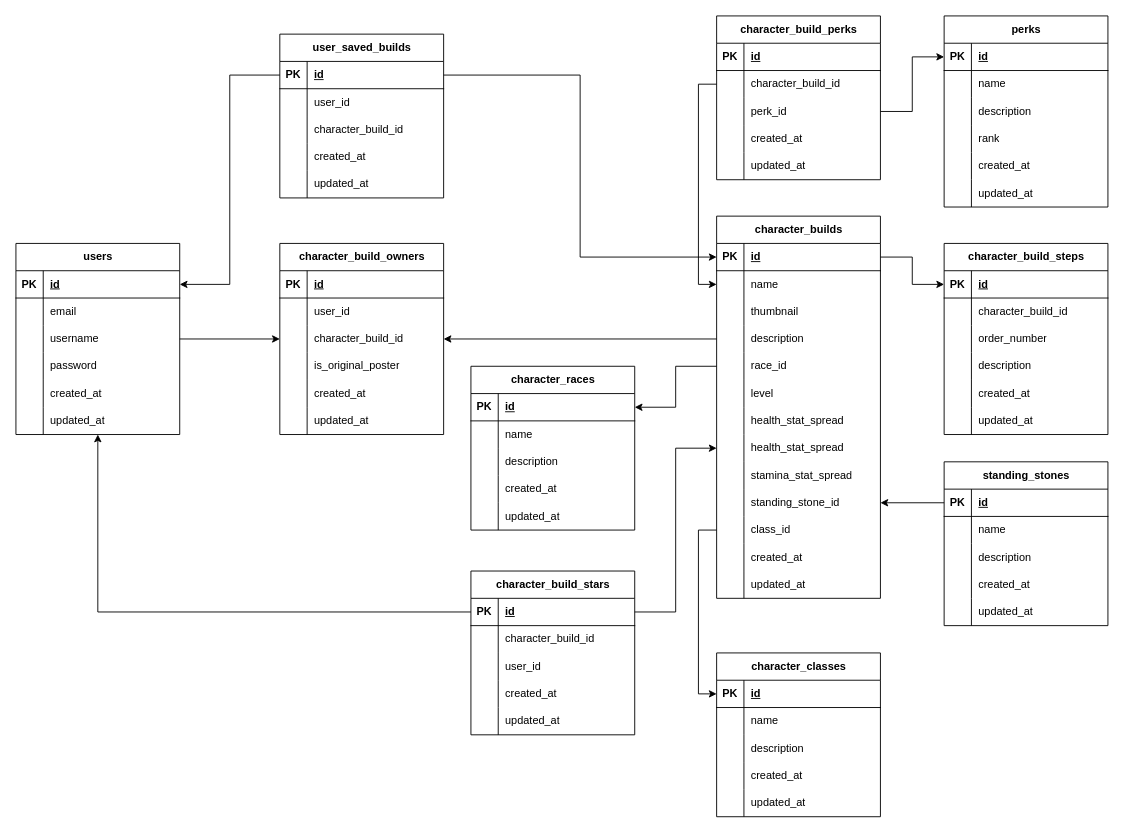
Earlier version of the draw.io diagram diagrams/entity-relationship/erd.drawio (VallenDraa/my-skyrim-builds). Source tidied: cells renumbered, new cells numbered last; positions are measured from the earlier drawing's top-left corner, leaving out a move shared by most shapes. Both pictures are drawn from the tidied source at 91%, with x=0, y=0 at pixel (15, 15).
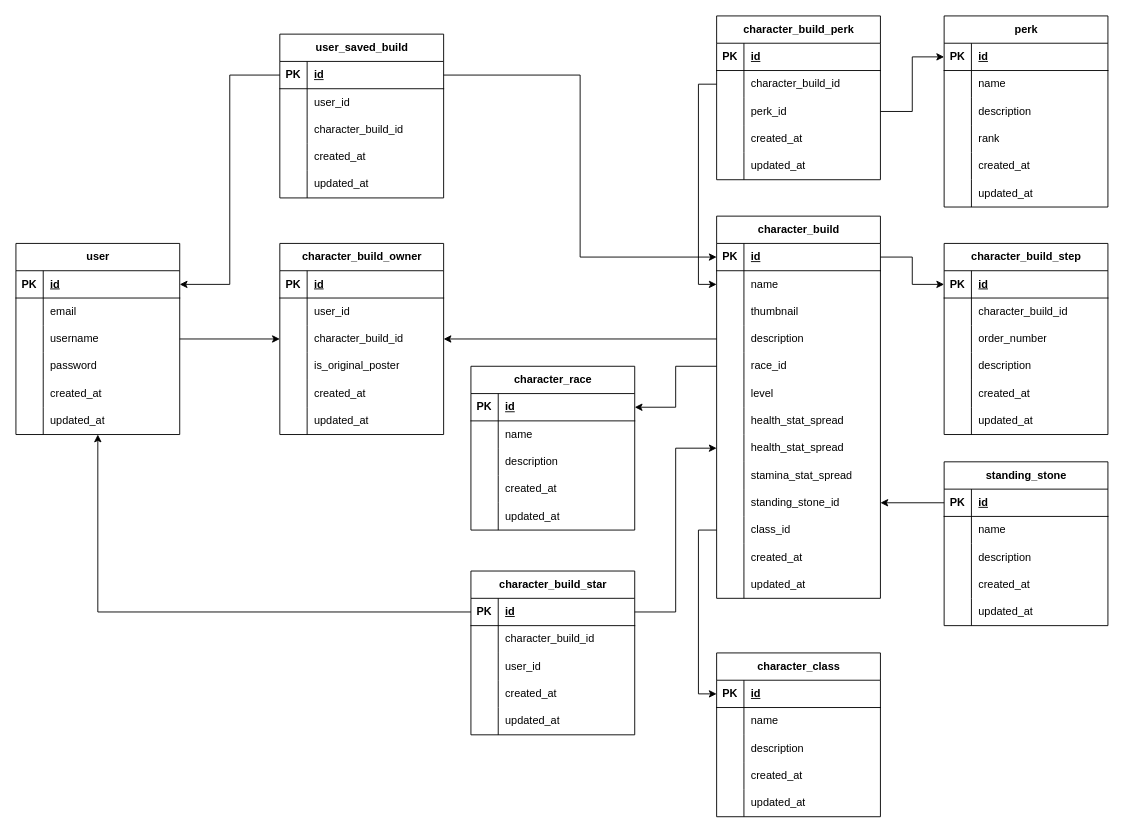
The same diagram, later.

Commit message:
fix(diagrams): change table name to be singular to be more consistent

The edit, as a diff of the source:
```diff
@@
-    <mxCell id="2" value="users" style="shape=table;startSize=30;childLayout=tableLayout;rowLines=0;fontStyle=1;align=center;html=1;" parent="1" vertex="1">
+    <mxCell id="2" value="user" style="shape=table;startSize=30;childLayout=tableLayout;rowLines=0;fontStyle=1;align=center;html=1;" parent="1" vertex="1">
       <mxGeometry y="250" width="180" height="210" as="geometry" />
     </mxCell>
@@
-    <mxCell id="21" value="character_builds" style="shape=table;startSize=30;childLayout=tableLayout;rowLines=0;fontStyle=1;align=center;html=1;" parent="1" vertex="1">
+    <mxCell id="21" value="character_build" style="shape=table;startSize=30;childLayout=tableLayout;rowLines=0;fontStyle=1;align=center;html=1;" parent="1" vertex="1">
       <mxGeometry x="770" y="220" width="180" height="420" as="geometry" />
     </mxCell>
@@
-    <mxCell id="61" value="user_saved_builds" style="shape=table;startSize=30;childLayout=tableLayout;rowLines=0;fontStyle=1;align=center;html=1;" parent="1" vertex="1">
+    <mxCell id="61" value="user_saved_build" style="shape=table;startSize=30;childLayout=tableLayout;rowLines=0;fontStyle=1;align=center;html=1;" parent="1" vertex="1">
       <mxGeometry x="290" y="20" width="180" height="180" as="geometry" />
     </mxCell>
@@
-    <mxCell id="77" value="character_build_owners" style="shape=table;startSize=30;childLayout=tableLayout;rowLines=0;fontStyle=1;align=center;html=1;" parent="1" vertex="1">
+    <mxCell id="77" value="character_build_owner" style="shape=table;startSize=30;childLayout=tableLayout;rowLines=0;fontStyle=1;align=center;html=1;" parent="1" vertex="1">
       <mxGeometry x="290" y="250" width="180" height="210" as="geometry" />
     </mxCell>
@@
-    <mxCell id="100" value="character_build_steps" style="shape=table;startSize=30;childLayout=tableLayout;rowLines=0;fontStyle=1;align=center;html=1;" parent="1" vertex="1">
+    <mxCell id="100" value="character_build_step" style="shape=table;startSize=30;childLayout=tableLayout;rowLines=0;fontStyle=1;align=center;html=1;" parent="1" vertex="1">
       <mxGeometry x="1020" y="250" width="180" height="210" as="geometry" />
     </mxCell>
@@
-    <mxCell id="120" value="standing_stones" style="shape=table;startSize=30;childLayout=tableLayout;rowLines=0;fontStyle=1;align=center;html=1;" parent="1" vertex="1">
+    <mxCell id="120" value="standing_stone" style="shape=table;startSize=30;childLayout=tableLayout;rowLines=0;fontStyle=1;align=center;html=1;" parent="1" vertex="1">
       <mxGeometry x="1020" y="490" width="180" height="180" as="geometry" />
     </mxCell>
@@
-    <mxCell id="136" value="character_classes" style="shape=table;startSize=30;childLayout=tableLayout;rowLines=0;fontStyle=1;align=center;html=1;" parent="1" vertex="1">
+    <mxCell id="136" value="character_class" style="shape=table;startSize=30;childLayout=tableLayout;rowLines=0;fontStyle=1;align=center;html=1;" parent="1" vertex="1">
       <mxGeometry x="770" y="700" width="180" height="180" as="geometry" />
     </mxCell>
@@
-    <mxCell id="154" value="character_races" style="shape=table;startSize=30;childLayout=tableLayout;rowLines=0;fontStyle=1;align=center;html=1;" parent="1" vertex="1">
+    <mxCell id="154" value="character_race" style="shape=table;startSize=30;childLayout=tableLayout;rowLines=0;fontStyle=1;align=center;html=1;" parent="1" vertex="1">
       <mxGeometry x="500" y="385" width="180" height="180" as="geometry" />
     </mxCell>
@@
-    <mxCell id="171" value="perks" style="shape=table;startSize=30;childLayout=tableLayout;rowLines=0;fontStyle=1;align=center;html=1;" parent="1" vertex="1">
+    <mxCell id="171" value="perk" style="shape=table;startSize=30;childLayout=tableLayout;rowLines=0;fontStyle=1;align=center;html=1;" parent="1" vertex="1">
       <mxGeometry x="1020" width="180" height="210" as="geometry" />
     </mxCell>
@@
-    <mxCell id="190" value="character_build_perks" style="shape=table;startSize=30;childLayout=tableLayout;rowLines=0;fontStyle=1;align=center;html=1;" parent="1" vertex="1">
+    <mxCell id="190" value="character_build_perk" style="shape=table;startSize=30;childLayout=tableLayout;rowLines=0;fontStyle=1;align=center;html=1;" parent="1" vertex="1">
       <mxGeometry x="770" width="180" height="180" as="geometry" />
     </mxCell>
@@
-    <mxCell id="208" value="character_build_stars" style="shape=table;startSize=30;childLayout=tableLayout;rowLines=0;fontStyle=1;align=center;html=1;" parent="1" vertex="1">
+    <mxCell id="208" value="character_build_star" style="shape=table;startSize=30;childLayout=tableLayout;rowLines=0;fontStyle=1;align=center;html=1;" parent="1" vertex="1">
       <mxGeometry x="500" y="610" width="180" height="180" as="geometry" />
     </mxCell>
```
